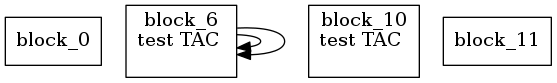
Earlier version of the Graphviz export assignment_3/ir.png (DahVoid/DV1655). Its source is kept beside it as assignment_3/ir.dot.
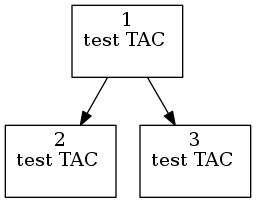
Later version of the same file.

Diff of the diagram source:
```diff
@@ -1,15 +1,17 @@
 digraph G {
 node [shape = box];
-block_0 [label="block_0"];
-block_6 [label="block_6
+1 [label="1
 test TAC
 
 "];
-block_6 -> block_6;
-block_6 -> block_6;
-block_10 [label="block_10
+1 -> 2;
+2 [label="2
 test TAC
 
 "];
-block_11 [label="block_11"];
+1 -> 3;
+3 [label="3
+test TAC
+
+"];
 }
```
